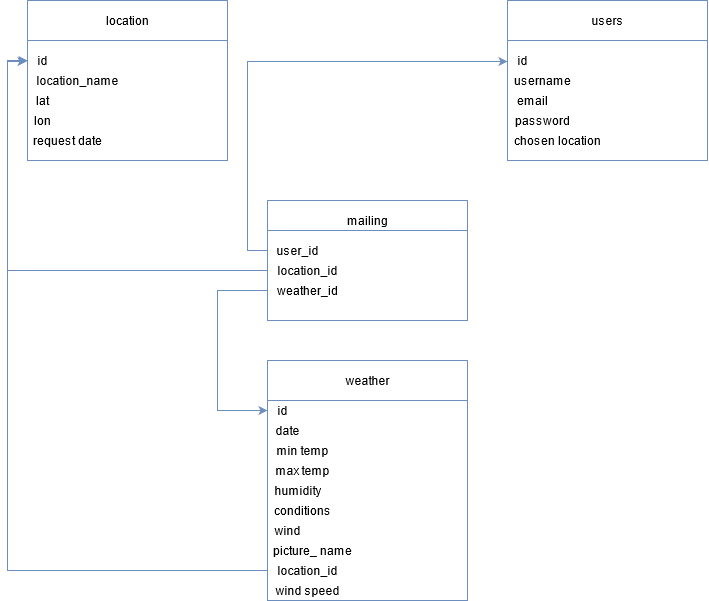
Above: static/images/db_Scheme.png in qwerith/Weather-Project (draw.io), before the change. Source tidied: cells renumbered, new cells last; positions are measured from the earlier drawing's top-left corner, leaving out a move shared by most shapes.
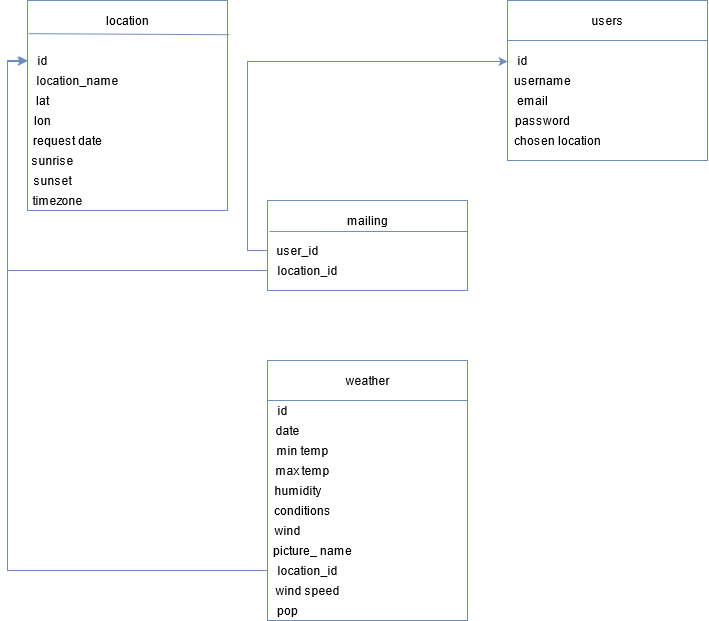
After the change.

Diff of the diagram source:
```diff
@@ -2,138 +2,144 @@
   <root>
     <mxCell id="0" />
     <mxCell id="1" parent="0" />
-    <mxCell id="2" style="swimlane;startSize=0;fillColor=#dae8fc;strokeColor=#6c8ebf;labelBackgroundColor=#ffffff;" parent="1" vertex="1">
-      <mxGeometry x="240" y="360" width="200" height="240" as="geometry" />
-    </mxCell>
+    <mxCell id="41" style="swimlane;startSize=0;fillColor=#dae8fc;strokeColor=#6c8ebf;labelBackgroundColor=#ffffff;" parent="1" vertex="1">
+      <mxGeometry x="-40" y="410" width="200" height="260" as="geometry" />
+    </mxCell>
-    <mxCell id="3" value="weather" style="text;html=1;align=center;verticalAlign=middle;strokeColor=none;" parent="2" vertex="1">
+    <mxCell id="3" value="weather" style="text;html=1;align=center;verticalAlign=middle;strokeColor=none;" parent="41" vertex="1">
       <mxGeometry x="70" y="10" width="60" height="20" as="geometry" />
     </mxCell>
-    <mxCell id="4" value="id" style="text;html=1;align=center;verticalAlign=middle;points=[];strokeColor=none;" parent="2" vertex="1">
+    <mxCell id="4" value="id" style="text;html=1;align=center;verticalAlign=middle;points=[];strokeColor=none;" parent="41" vertex="1">
       <mxGeometry y="40" width="30" height="20" as="geometry" />
     </mxCell>
-    <mxCell id="5" value="min temp" style="text;html=1;align=center;verticalAlign=middle;strokeColor=none;" parent="2" vertex="1">
+    <mxCell id="5" value="min temp" style="text;html=1;align=center;verticalAlign=middle;strokeColor=none;" parent="41" vertex="1">
       <mxGeometry y="80" width="70" height="20" as="geometry" />
     </mxCell>
-    <mxCell id="6" value="max temp" style="text;html=1;align=center;verticalAlign=middle;strokeColor=none;" parent="2" vertex="1">
+    <mxCell id="6" value="max temp" style="text;html=1;align=center;verticalAlign=middle;strokeColor=none;" parent="41" vertex="1">
       <mxGeometry y="100" width="70" height="20" as="geometry" />
     </mxCell>
-    <mxCell id="7" value="date" style="text;html=1;align=center;verticalAlign=middle;strokeColor=none;" parent="2" vertex="1">
+    <mxCell id="7" value="date" style="text;html=1;align=center;verticalAlign=middle;strokeColor=none;" parent="41" vertex="1">
       <mxGeometry y="60" width="40" height="20" as="geometry" />
     </mxCell>
-    <mxCell id="8" value="humidity" style="text;html=1;align=center;verticalAlign=middle;strokeColor=none;" parent="2" vertex="1">
+    <mxCell id="8" value="humidity" style="text;html=1;align=center;verticalAlign=middle;strokeColor=none;" parent="41" vertex="1">
       <mxGeometry y="120" width="60" height="20" as="geometry" />
     </mxCell>
-    <mxCell id="9" value="conditions" style="text;html=1;align=center;verticalAlign=middle;strokeColor=none;" parent="2" vertex="1">
+    <mxCell id="9" value="conditions" style="text;html=1;align=center;verticalAlign=middle;strokeColor=none;" parent="41" vertex="1">
       <mxGeometry y="140" width="70" height="20" as="geometry" />
     </mxCell>
-    <mxCell id="10" value="picture_ name" style="text;html=1;align=center;verticalAlign=middle;strokeColor=none;" parent="2" vertex="1">
+    <mxCell id="10" value="picture_ name" style="text;html=1;align=center;verticalAlign=middle;strokeColor=none;" parent="41" vertex="1">
       <mxGeometry y="180" width="90" height="20" as="geometry" />
     </mxCell>
-    <mxCell id="11" value="wind" style="text;html=1;align=center;verticalAlign=middle;strokeColor=none;" parent="2" vertex="1">
+    <mxCell id="11" value="wind" style="text;html=1;align=center;verticalAlign=middle;strokeColor=none;" parent="41" vertex="1">
       <mxGeometry y="160" width="40" height="20" as="geometry" />
     </mxCell>
-    <mxCell id="12" value="location_id" style="text;html=1;align=center;verticalAlign=middle;points=[];strokeColor=none;" parent="2" vertex="1">
+    <mxCell id="12" value="location_id" style="text;html=1;align=center;verticalAlign=middle;points=[];strokeColor=none;" parent="41" vertex="1">
       <mxGeometry y="200" width="80" height="20" as="geometry" />
     </mxCell>
-    <mxCell id="13" value="wind speed" style="text;html=1;align=center;verticalAlign=middle;strokeColor=none;" parent="2" vertex="1">
+    <mxCell id="13" value="wind speed" style="text;html=1;align=center;verticalAlign=middle;strokeColor=none;" parent="41" vertex="1">
       <mxGeometry y="220" width="80" height="20" as="geometry" />
     </mxCell>
-    <mxCell id="14" style="swimlane;startSize=0;fillColor=#dae8fc;strokeColor=#6c8ebf;labelBackgroundColor=#ffffff;" parent="1" vertex="1">
-      <mxGeometry x="480" width="200" height="160" as="geometry" />
-    </mxCell>
+    <mxCell id="42" value="pop" style="text;html=1;align=center;verticalAlign=middle;strokeColor=none;fillColor=none;" parent="41" vertex="1">
+      <mxGeometry y="240" width="40" height="20" as="geometry" />
+    </mxCell>
+    <mxCell id="43" style="swimlane;startSize=0;fillColor=#dae8fc;strokeColor=#6c8ebf;labelBackgroundColor=#ffffff;" parent="1" vertex="1">
+      <mxGeometry x="200" y="50" width="200" height="160" as="geometry" />
+    </mxCell>
-    <mxCell id="15" value="users" style="text;html=1;align=center;verticalAlign=middle;strokeColor=none;" parent="14" vertex="1">
+    <mxCell id="15" value="users" style="text;html=1;align=center;verticalAlign=middle;strokeColor=none;" parent="43" vertex="1">
       <mxGeometry x="75" y="10" width="50" height="20" as="geometry" />
     </mxCell>
-    <mxCell id="16" value="username" style="text;html=1;align=center;verticalAlign=middle;strokeColor=none;" parent="14" vertex="1">
+    <mxCell id="16" value="username" style="text;html=1;align=center;verticalAlign=middle;strokeColor=none;" parent="43" vertex="1">
       <mxGeometry y="70" width="70" height="20" as="geometry" />
     </mxCell>
-    <mxCell id="17" value="email" style="text;html=1;align=center;verticalAlign=middle;strokeColor=none;" parent="14" vertex="1">
+    <mxCell id="17" value="email" style="text;html=1;align=center;verticalAlign=middle;strokeColor=none;" parent="43" vertex="1">
       <mxGeometry y="90" width="50" height="20" as="geometry" />
     </mxCell>
-    <mxCell id="18" value="password" style="text;html=1;align=center;verticalAlign=middle;strokeColor=none;" parent="14" vertex="1">
+    <mxCell id="18" value="password" style="text;html=1;align=center;verticalAlign=middle;strokeColor=none;" parent="43" vertex="1">
       <mxGeometry y="110" width="70" height="20" as="geometry" />
     </mxCell>
-    <mxCell id="19" value="chosen location" style="text;html=1;align=center;verticalAlign=middle;strokeColor=none;" parent="14" vertex="1">
+    <mxCell id="19" value="chosen location" style="text;html=1;align=center;verticalAlign=middle;strokeColor=none;" parent="43" vertex="1">
       <mxGeometry y="130" width="100" height="20" as="geometry" />
     </mxCell>
-    <mxCell id="20" value="id" style="text;html=1;align=center;verticalAlign=middle;points=[];strokeColor=none;" parent="14" vertex="1">
-      <mxGeometry y="50" width="30" height="20" as="geometry" />
-    </mxCell>
-    <mxCell id="21" style="endArrow=none;html=1;exitX=0;exitY=0.25;exitDx=0;exitDy=0;entryX=1;entryY=0.25;entryDx=0;entryDy=0;fillColor=#dae8fc;strokeColor=#6c8ebf;" parent="1" edge="1" source="14" target="14">
-      <mxGeometry relative="1" as="geometry" />
-    </mxCell>
-    <mxCell id="22" style="swimlane;startSize=0;fillColor=#dae8fc;strokeColor=#6c8ebf;labelBackgroundColor=#ffffff;" parent="1" vertex="1">
-      <mxGeometry width="200" height="160" as="geometry" />
-    </mxCell>
+    <mxCell id="44" value="id" style="text;html=1;align=center;verticalAlign=middle;points=[];strokeColor=none;" parent="43" vertex="1">
+      <mxGeometry y="50" width="30" height="20" as="geometry" />
+    </mxCell>
+    <mxCell id="45" style="endArrow=none;html=1;exitX=0;exitY=0.25;exitDx=0;exitDy=0;entryX=1;entryY=0.25;entryDx=0;entryDy=0;fillColor=#dae8fc;strokeColor=#6c8ebf;" parent="1" edge="1" source="43" target="43">
+      <mxGeometry relative="1" as="geometry" />
+    </mxCell>
+    <mxCell id="46" style="swimlane;startSize=0;fillColor=#dae8fc;strokeColor=#6c8ebf;labelBackgroundColor=#ffffff;" parent="1" vertex="1">
+      <mxGeometry x="-280" y="50" width="200" height="210" as="geometry" />
+    </mxCell>
-    <mxCell id="23" value="location" style="text;html=1;align=center;verticalAlign=middle;strokeColor=none;" parent="22" vertex="1">
+    <mxCell id="23" value="location" style="text;html=1;align=center;verticalAlign=middle;strokeColor=none;" parent="46" vertex="1">
       <mxGeometry x="70" y="10" width="60" height="20" as="geometry" />
     </mxCell>
-    <mxCell id="24" value="id" style="text;html=1;align=center;verticalAlign=middle;points=[];strokeColor=none;" parent="22" vertex="1">
-      <mxGeometry y="50" width="30" height="20" as="geometry" />
-    </mxCell>
+    <mxCell id="47" value="id" style="text;html=1;align=center;verticalAlign=middle;points=[];strokeColor=none;" parent="46" vertex="1">
+      <mxGeometry y="50" width="30" height="20" as="geometry" />
+    </mxCell>
-    <mxCell id="25" value="location_name" style="text;html=1;align=center;verticalAlign=middle;strokeColor=none;" parent="22" vertex="1">
+    <mxCell id="25" value="location_name" style="text;html=1;align=center;verticalAlign=middle;strokeColor=none;" parent="46" vertex="1">
       <mxGeometry y="70" width="100" height="20" as="geometry" />
     </mxCell>
-    <mxCell id="26" value="lat" style="text;html=1;align=center;verticalAlign=middle;strokeColor=none;" parent="22" vertex="1">
+    <mxCell id="26" value="lat" style="text;html=1;align=center;verticalAlign=middle;strokeColor=none;" parent="46" vertex="1">
       <mxGeometry y="90" width="30" height="20" as="geometry" />
     </mxCell>
-    <mxCell id="27" value="request date" style="text;html=1;align=center;verticalAlign=middle;strokeColor=none;" parent="22" vertex="1">
+    <mxCell id="27" value="request date" style="text;html=1;align=center;verticalAlign=middle;strokeColor=none;" parent="46" vertex="1">
       <mxGeometry y="130" width="80" height="20" as="geometry" />
     </mxCell>
-    <mxCell id="28" value="lon" style="text;html=1;align=center;verticalAlign=middle;strokeColor=none;" parent="22" vertex="1">
+    <mxCell id="28" value="lon" style="text;html=1;align=center;verticalAlign=middle;strokeColor=none;" parent="46" vertex="1">
       <mxGeometry y="110" width="30" height="20" as="geometry" />
     </mxCell>
-    <mxCell id="29" style="endArrow=none;html=1;exitX=0;exitY=0.25;exitDx=0;exitDy=0;entryX=1;entryY=0.25;entryDx=0;entryDy=0;fillColor=#dae8fc;strokeColor=#6c8ebf;" parent="1" edge="1" source="22" target="22">
-      <mxGeometry relative="1" as="geometry" />
-    </mxCell>
-    <mxCell id="30" style="edgeStyle=orthogonalEdgeStyle;rounded=0;jettySize=auto;html=1;entryX=0;entryY=0.5;entryDx=0;entryDy=0;entryPerimeter=0;fillColor=#dae8fc;strokeColor=#6c8ebf;" parent="1" edge="1" source="12" target="24">
-      <mxGeometry relative="1" as="geometry" />
-    </mxCell>
-    <mxCell id="31" style="swimlane;startSize=0;fillColor=#dae8fc;strokeColor=#6c8ebf;labelBackgroundColor=#ffffff;" parent="1" vertex="1">
-      <mxGeometry x="240" y="200" width="200" height="120" as="geometry" />
-    </mxCell>
+    <mxCell id="48" value="sunrise" style="text;html=1;align=center;verticalAlign=middle;strokeColor=none;fillColor=none;" parent="46" vertex="1">
+      <mxGeometry x="-5" y="150" width="60" height="20" as="geometry" />
+    </mxCell>
+    <mxCell id="49" value="sunset" style="text;html=1;align=center;verticalAlign=middle;strokeColor=none;fillColor=none;" parent="46" vertex="1">
+      <mxGeometry y="170" width="50" height="20" as="geometry" />
+    </mxCell>
+    <mxCell id="50" value="timezone" style="text;html=1;align=center;verticalAlign=middle;strokeColor=none;fillColor=none;" parent="46" vertex="1">
+      <mxGeometry x="-5" y="190" width="70" height="20" as="geometry" />
+    </mxCell>
+    <mxCell id="51" style="endArrow=none;html=1;exitX=0.005;exitY=0.158;exitDx=0;exitDy=0;entryX=1.01;entryY=0.163;entryDx=0;entryDy=0;fillColor=#dae8fc;strokeColor=#6c8ebf;entryPerimeter=0;exitPerimeter=0;" parent="1" edge="1" source="46" target="46">
+      <mxGeometry relative="1" as="geometry" />
+    </mxCell>
+    <mxCell id="52" style="edgeStyle=orthogonalEdgeStyle;rounded=0;jettySize=auto;html=1;entryX=0;entryY=0.5;entryDx=0;entryDy=0;entryPerimeter=0;fillColor=#dae8fc;strokeColor=#6c8ebf;" parent="1" edge="1" source="12" target="47">
+      <mxGeometry relative="1" as="geometry" />
+    </mxCell>
+    <mxCell id="53" style="swimlane;startSize=0;fillColor=#dae8fc;strokeColor=#6c8ebf;labelBackgroundColor=#ffffff;" parent="1" vertex="1">
+      <mxGeometry x="-40" y="250" width="200" height="90" as="geometry" />
+    </mxCell>
-    <mxCell id="32" value="mailing" style="text;html=1;align=center;verticalAlign=middle;strokeColor=none;" parent="31" vertex="1">
+    <mxCell id="32" value="mailing" style="text;html=1;align=center;verticalAlign=middle;strokeColor=none;" parent="53" vertex="1">
       <mxGeometry x="70" y="10" width="60" height="20" as="geometry" />
     </mxCell>
-    <mxCell id="33" value="user_id" style="text;html=1;align=center;verticalAlign=middle;points=[];strokeColor=none;" parent="31" vertex="1">
+    <mxCell id="33" value="user_id" style="text;html=1;align=center;verticalAlign=middle;points=[];strokeColor=none;" parent="53" vertex="1">
       <mxGeometry y="40" width="60" height="20" as="geometry" />
     </mxCell>
-    <mxCell id="34" value="weather_id" style="text;html=1;align=center;verticalAlign=middle;points=[];strokeColor=none;" parent="31" vertex="1">
-      <mxGeometry y="80" width="80" height="20" as="geometry" />
-    </mxCell>
-    <mxCell id="35" value="location_id" style="text;html=1;align=center;verticalAlign=middle;points=[];strokeColor=none;" parent="31" vertex="1">
+    <mxCell id="35" value="location_id" style="text;html=1;align=center;verticalAlign=middle;points=[];strokeColor=none;" parent="53" vertex="1">
       <mxGeometry y="60" width="80" height="20" as="geometry" />
     </mxCell>
-    <mxCell id="36" style="endArrow=none;html=1;exitX=0;exitY=0.25;exitDx=0;exitDy=0;entryX=1;entryY=0.25;entryDx=0;entryDy=0;fillColor=#dae8fc;strokeColor=#6c8ebf;" parent="1" edge="1" source="31" target="31">
-      <mxGeometry relative="1" as="geometry" />
-    </mxCell>
-    <mxCell id="37" style="endArrow=none;html=1;fillColor=#dae8fc;strokeColor=#6c8ebf;" parent="1" edge="1">
-      <mxGeometry relative="1" as="geometry">
-        <mxPoint x="240" y="400" as="sourcePoint" />
-        <mxPoint x="440" y="400" as="targetPoint" />
-        <Array as="points">
-          <mxPoint x="340" y="400" />
-        </Array>
-      </mxGeometry>
-    </mxCell>
-    <mxCell id="38" style="edgeStyle=orthogonalEdgeStyle;rounded=0;jettySize=auto;html=1;fillColor=#dae8fc;strokeColor=#6c8ebf;" parent="1" edge="1" source="33" target="20">
-      <mxGeometry relative="1" as="geometry">
-        <Array as="points">
-          <mxPoint x="220" y="250" />
-          <mxPoint x="220" y="61" />
-        </Array>
-      </mxGeometry>
-    </mxCell>
-    <mxCell id="39" style="edgeStyle=orthogonalEdgeStyle;rounded=0;jettySize=auto;html=1;entryX=-0.033;entryY=0.55;entryDx=0;entryDy=0;entryPerimeter=0;fillColor=#dae8fc;strokeColor=#6c8ebf;" parent="1" edge="1" source="35" target="24">
-      <mxGeometry relative="1" as="geometry" />
-    </mxCell>
-    <mxCell id="40" style="edgeStyle=orthogonalEdgeStyle;rounded=0;jettySize=auto;html=1;fillColor=#dae8fc;strokeColor=#6c8ebf;" parent="1" edge="1" source="34" target="4">
-      <mxGeometry relative="1" as="geometry">
-        <Array as="points">
-          <mxPoint x="190" y="290" />
-          <mxPoint x="190" y="410" />
-        </Array>
-      </mxGeometry>
-    </mxCell>
+    <mxCell id="54" style="endArrow=none;html=1;fillColor=#dae8fc;strokeColor=#6c8ebf;" parent="1" edge="1">
+      <mxGeometry relative="1" as="geometry">
+        <mxPoint x="-40" y="450" as="sourcePoint" />
+        <mxPoint x="160" y="450" as="targetPoint" />
+        <Array as="points">
+          <mxPoint x="60" y="450" />
+        </Array>
+      </mxGeometry>
+    </mxCell>
+    <mxCell id="55" style="edgeStyle=orthogonalEdgeStyle;rounded=0;jettySize=auto;html=1;fillColor=#dae8fc;strokeColor=#6c8ebf;" parent="1" edge="1" source="33" target="44">
+      <mxGeometry relative="1" as="geometry">
+        <Array as="points">
+          <mxPoint x="-60" y="300" />
+          <mxPoint x="-60" y="111" />
+        </Array>
+      </mxGeometry>
+    </mxCell>
+    <mxCell id="56" style="edgeStyle=orthogonalEdgeStyle;rounded=0;jettySize=auto;html=1;entryX=-0.033;entryY=0.55;entryDx=0;entryDy=0;entryPerimeter=0;fillColor=#dae8fc;strokeColor=#6c8ebf;" parent="1" edge="1" source="35" target="47">
+      <mxGeometry relative="1" as="geometry" />
+    </mxCell>
+    <mxCell id="57" style="endArrow=none;html=1;exitX=0.01;exitY=0.344;exitDx=0;exitDy=0;fillColor=#dae8fc;strokeColor=#6c8ebf;exitPerimeter=0;" parent="1" edge="1" source="53">
+      <mxGeometry relative="1" as="geometry">
+        <mxPoint x="160" y="281" as="targetPoint" />
+        <Array as="points">
+          <mxPoint x="160" y="281" />
+        </Array>
+      </mxGeometry>
+    </mxCell>
   </root>
 </mxGraphModel>
```
